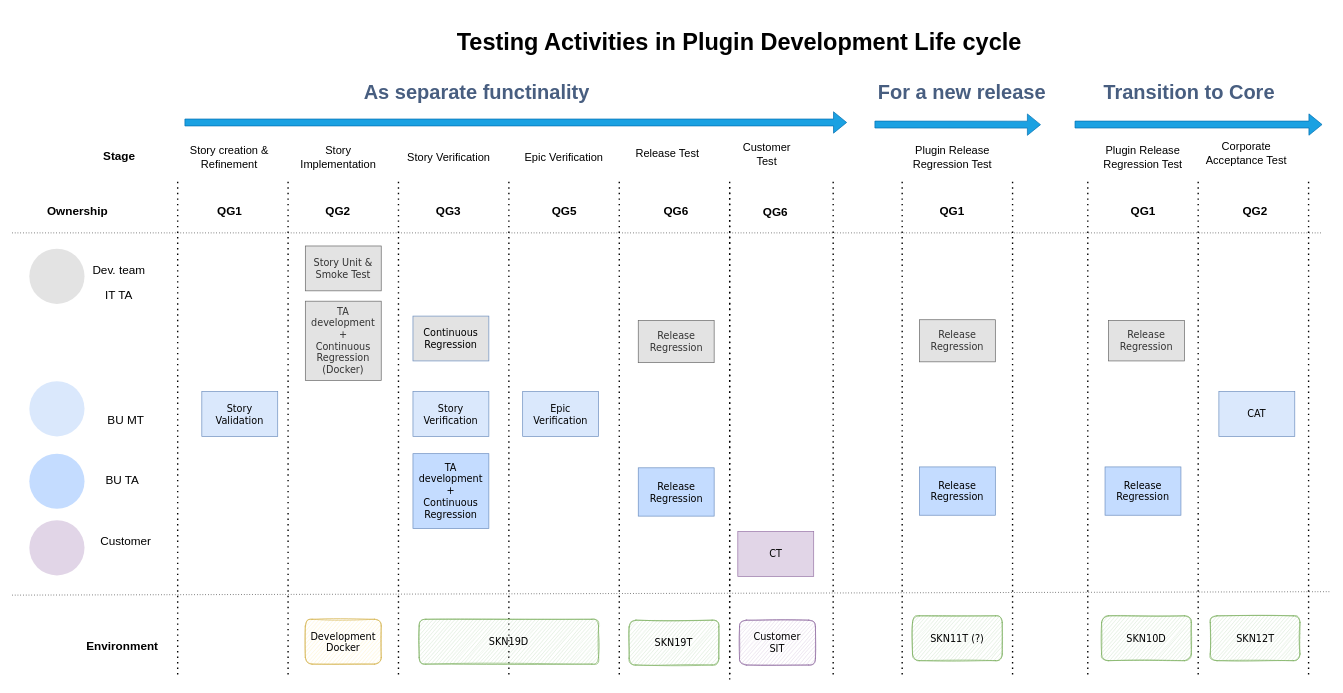
Before: Plugin Testing.drawio in AndriiRatushnyi/Andrii.Ratushnyi, a draw.io diagram. Source tidied: cells renumbered, new cells numbered last; positions are measured from the earlier drawing's top-left corner, leaving out a move shared by most shapes. Both pictures are drawn from the tidied source at 69%, with x=0, y=0 at pixel (12, 19).
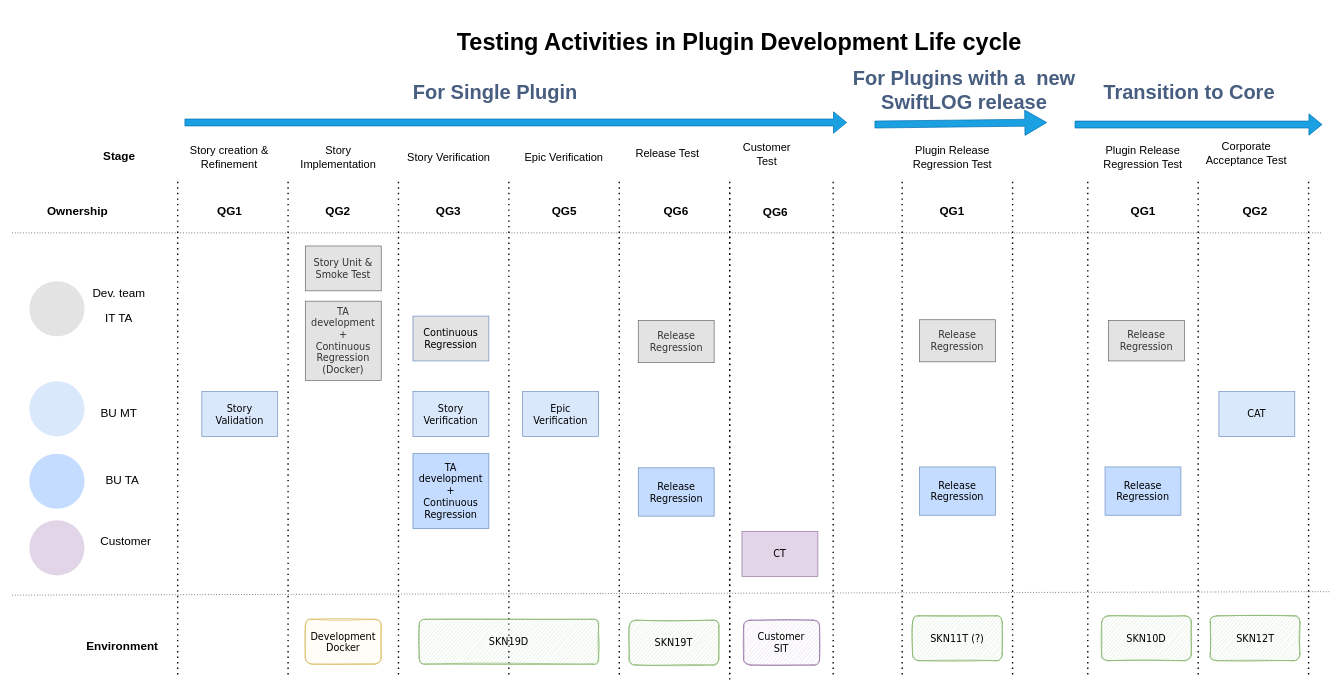
After the change.

Change to the diagram source:
```diff
@@
     <mxCell id="11" value="IT TA" style="text;html=1;strokeColor=none;fillColor=none;align=center;verticalAlign=middle;whiteSpace=wrap;rounded=0;fontSize=17;" parent="1" vertex="1">
-      <mxGeometry x="100" y="388" width="110" height="25" as="geometry" />
+      <mxGeometry x="100" y="422" width="110" height="25" as="geometry" />
     </mxCell>
     <mxCell id="12" value="Dev. team" style="text;html=1;strokeColor=none;fillColor=none;align=center;verticalAlign=middle;whiteSpace=wrap;rounded=0;fontSize=17;" parent="1" vertex="1">
-      <mxGeometry x="100" y="352.5" width="110" height="25" as="geometry" />
+      <mxGeometry x="100" y="386.5" width="110" height="25" as="geometry" />
     </mxCell>
     <mxCell id="13" value="BU MT" style="text;html=1;strokeColor=none;fillColor=none;align=center;verticalAlign=middle;whiteSpace=wrap;rounded=0;fontSize=17;" parent="1" vertex="1">
-      <mxGeometry x="110" y="570.5" width="110" height="25" as="geometry" />
+      <mxGeometry x="100" y="560" width="110" height="25" as="geometry" />
     </mxCell>
@@
-    <mxCell id="38" value="&lt;h1 style=&quot;font-size: 29px&quot;&gt;As separate functinality&lt;br style=&quot;font-size: 29px&quot;&gt;&lt;/h1&gt;" style="text;html=1;strokeColor=none;fillColor=none;spacing=5;spacingTop=-20;whiteSpace=wrap;overflow=hidden;rounded=0;fontSize=29;verticalAlign=top;fontColor=#485E80;" parent="1" vertex="1">
-      <mxGeometry x="505" y="80" width="415" height="70" as="geometry" />
+    <mxCell id="38" value="&lt;h1 style=&quot;font-size: 29px&quot;&gt;For Single Plugin&lt;br style=&quot;font-size: 29px&quot;&gt;&lt;/h1&gt;" style="text;html=1;strokeColor=none;fillColor=none;spacing=5;spacingTop=-20;whiteSpace=wrap;overflow=hidden;rounded=0;fontSize=29;verticalAlign=top;fontColor=#485E80;align=center;" parent="1" vertex="1">
+      <mxGeometry x="492.5" y="80" width="415" height="60" as="geometry" />
     </mxCell>
-    <mxCell id="39" style="shape=flexArrow;endArrow=classic;html=1;fillColor=#1ba1e2;strokeColor=#006EAF;entryX=0.831;entryY=1.045;entryDx=0;entryDy=0;entryPerimeter=0;" parent="1" edge="1" target="55">
+    <mxCell id="39" style="shape=flexArrow;endArrow=classic;html=1;fillColor=#1ba1e2;strokeColor=#006EAF;endWidth=25.714285714285715;endSize=10.242857142857144;" parent="1" edge="1">
       <mxGeometry relative="1" as="geometry">
         <mxPoint x="1250" y="153" as="sourcePoint" />
+        <mxPoint x="1500" y="150" as="targetPoint" />
       </mxGeometry>
     </mxCell>
@@
-    <mxCell id="55" value="&lt;h1 style=&quot;font-size: 29px&quot;&gt;For a new release&lt;br style=&quot;font-size: 29px&quot;&gt;&lt;/h1&gt;" style="text;html=1;strokeColor=none;fillColor=none;spacing=5;spacingTop=-20;whiteSpace=wrap;overflow=hidden;rounded=0;fontSize=29;verticalAlign=top;fontColor=#485E80;" parent="1" vertex="1">
-      <mxGeometry x="1250" y="80" width="290" height="70" as="geometry" />
+    <mxCell id="55" value="&lt;h1 style=&quot;font-size: 29px&quot;&gt;For Plugins with a&amp;nbsp; new SwiftLOG release&lt;br style=&quot;font-size: 29px&quot;&gt;&lt;/h1&gt;" style="text;html=1;strokeColor=none;fillColor=none;spacing=5;spacingTop=-20;whiteSpace=wrap;overflow=hidden;rounded=0;fontSize=29;verticalAlign=top;fontColor=#485E80;align=center;" parent="1" vertex="1">
+      <mxGeometry x="1210" y="60" width="340" height="80" as="geometry" />
     </mxCell>
@@
     <mxCell id="65" style="ellipse;whiteSpace=wrap;html=1;gradientColor=none;fontSize=29;fontColor=#485E80;fillColor=#E3E3E3;flipV=1;flipH=1;strokeColor=none;" parent="1" vertex="1">
-      <mxGeometry x="25" y="333" width="80" height="80" as="geometry" />
+      <mxGeometry x="25" y="380" width="80" height="80" as="geometry" />
     </mxCell>
@@
     <mxCell id="70" value="CT" style="rounded=0;whiteSpace=wrap;html=1;fontFamily=Verdana;fontSize=14;fillColor=#e1d5e7;strokeColor=#9673a6;" parent="1" vertex="1">
-      <mxGeometry x="1051.8" y="742.8" width="110" height="65" as="geometry" />
+      <mxGeometry x="1057.8" y="742.8" width="110" height="65" as="geometry" />
     </mxCell>
     <mxCell id="71" value="Customer&lt;br&gt;SIT" style="rounded=1;whiteSpace=wrap;html=1;fontSize=14;fontFamily=Verdana;fillColor=#e1d5e7;strokeColor=#9673a6;glass=0;sketch=1;" parent="1" vertex="1">
-      <mxGeometry x="1054.3" y="871.3" width="110" height="65" as="geometry" />
+      <mxGeometry x="1060.3" y="871.3" width="110" height="65" as="geometry" />
     </mxCell>
```
